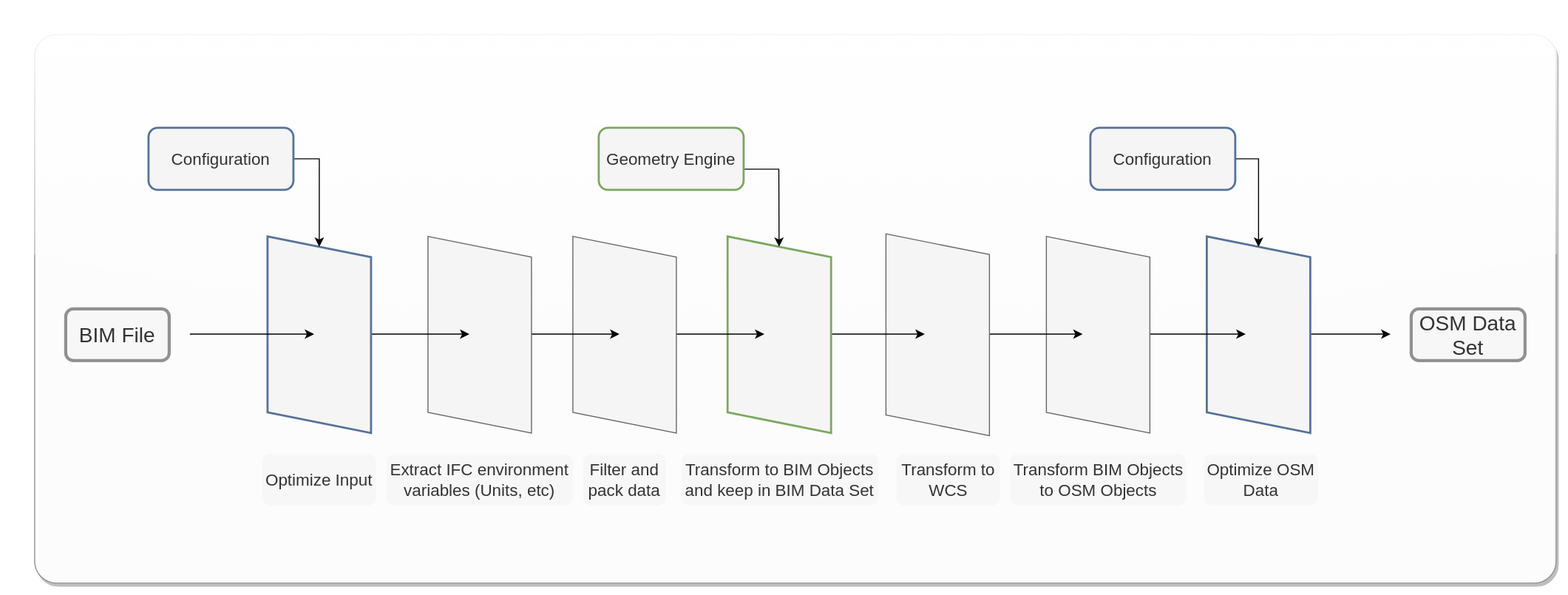
Earlier version of the draw.io export docs/parser_workflow.svg (rebeccasc/BIMtoOSM). Source tidied: cells renumbered, new cells last; positions are measured from the earlier drawing's top-left corner, leaving out a move shared by most shapes.
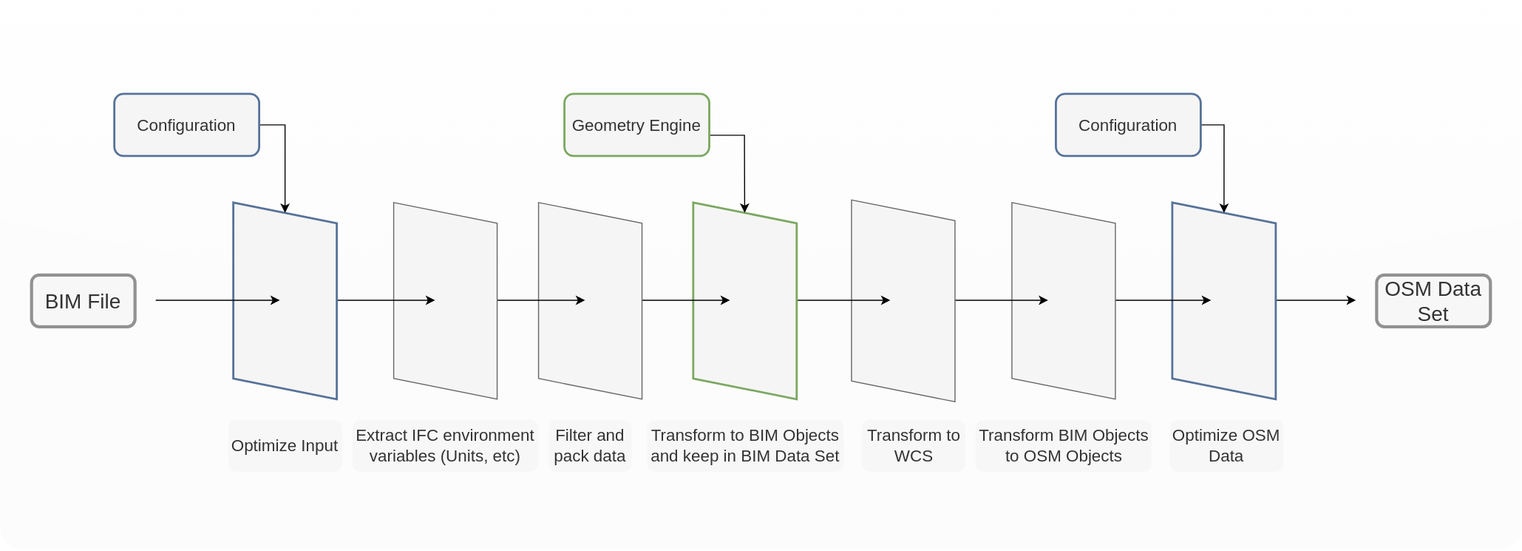
The same file after the commit.

Diff of the diagram source:
```diff
@@ -2,7 +2,7 @@
   <root>
     <mxCell id="0" />
     <mxCell id="1" parent="0" />
-    <mxCell id="2" style="rounded=1;whiteSpace=wrap;html=1;arcSize=4;fontColor=#333333;fillColor=#FCFCFC;strokeColor=#919191;shadow=1;glass=1;" parent="1" vertex="1">
+    <mxCell id="2" style="rounded=1;whiteSpace=wrap;html=1;arcSize=4;fontColor=#333333;fillColor=#FCFCFC;strokeColor=none;shadow=0;glass=1;" parent="1" vertex="1">
       <mxGeometry width="1470" height="530" as="geometry" />
     </mxCell>
     <mxCell id="3" value="&lt;div style=&quot;font-size: 16px&quot;&gt;&lt;font style=&quot;font-size: 16px&quot;&gt;Extract IFC environment &lt;br&gt;&lt;/font&gt;&lt;/div&gt;&lt;div style=&quot;font-size: 16px&quot;&gt;&lt;font style=&quot;font-size: 16px&quot;&gt;variables (Units, etc)&lt;/font&gt;&lt;/div&gt;" style="rounded=1;whiteSpace=wrap;html=1;fillColor=#f5f5f5;fontColor=#333333;strokeWidth=2;strokeColor=none;opacity=70;" parent="1" vertex="1">
```
